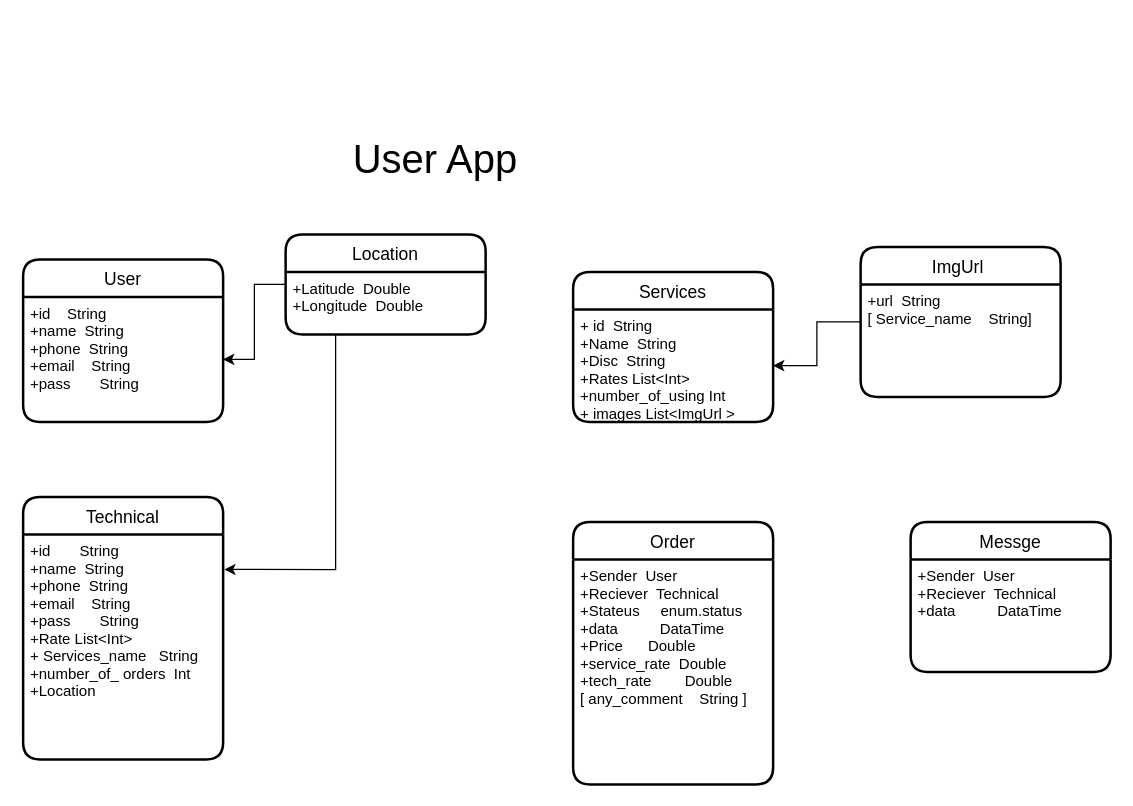
Earlier version of the draw.io diagram app/App_Plans.drawio (HassanSayedHassan/zooApp). Source tidied: cells renumbered, new cells numbered last; positions are measured from the earlier drawing's top-left corner, leaving out a move shared by most shapes. Both pictures are drawn from the tidied source at 125%, with x=0, y=0 at pixel (22, 121).
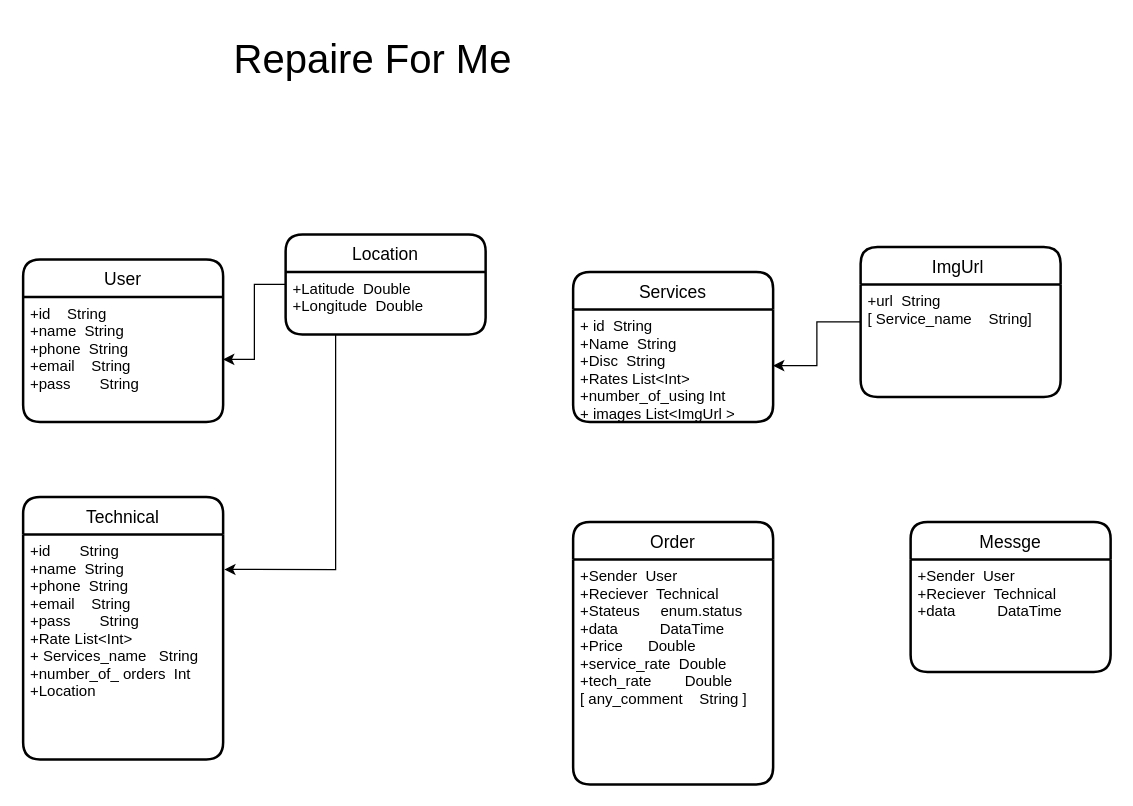
Above is the later version.

The edit, as a diff of the source:
```diff
@@
-    <mxCell id="2" value="&lt;font style=&quot;font-size: 32px&quot;&gt;User App&lt;/font&gt;" style="text;html=1;strokeColor=none;fillColor=none;align=center;verticalAlign=middle;whiteSpace=wrap;rounded=0;" parent="1" vertex="1">
-      <mxGeometry x="230" width="200" height="60" as="geometry" />
+    <mxCell id="2" value="&lt;font style=&quot;font-size: 32px&quot;&gt;Repaire For Me&lt;/font&gt;" style="text;html=1;strokeColor=none;fillColor=none;align=center;verticalAlign=middle;whiteSpace=wrap;rounded=0;" parent="1" vertex="1">
+      <mxGeometry x="140" y="-80" width="280" height="60" as="geometry" />
     </mxCell>
```
